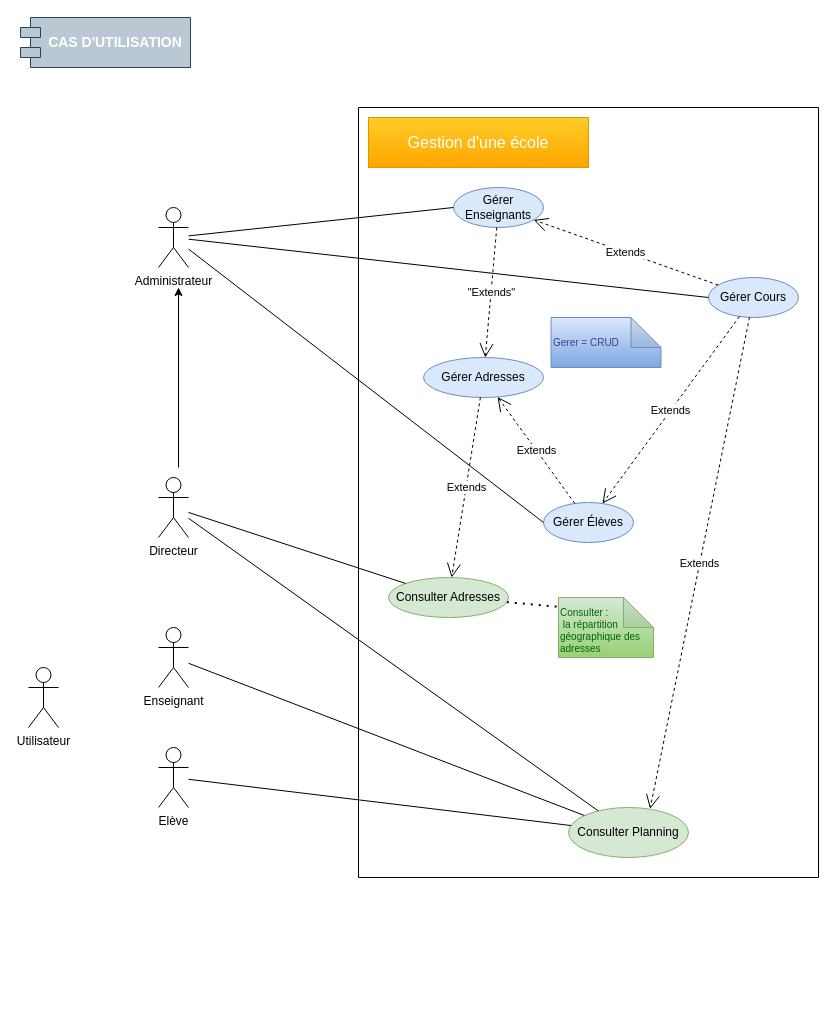
Before: doc/Cas_dUtilisation.drawio in MelissaHOA/EXO_Gestion_Ecole, a draw.io diagram. Source tidied: cells renumbered, new cells numbered last; positions are measured from the earlier drawing's top-left corner, leaving out a move shared by most shapes. Both pictures are drawn from the tidied source at 100%, with x=0, y=0 at pixel (20, 17).
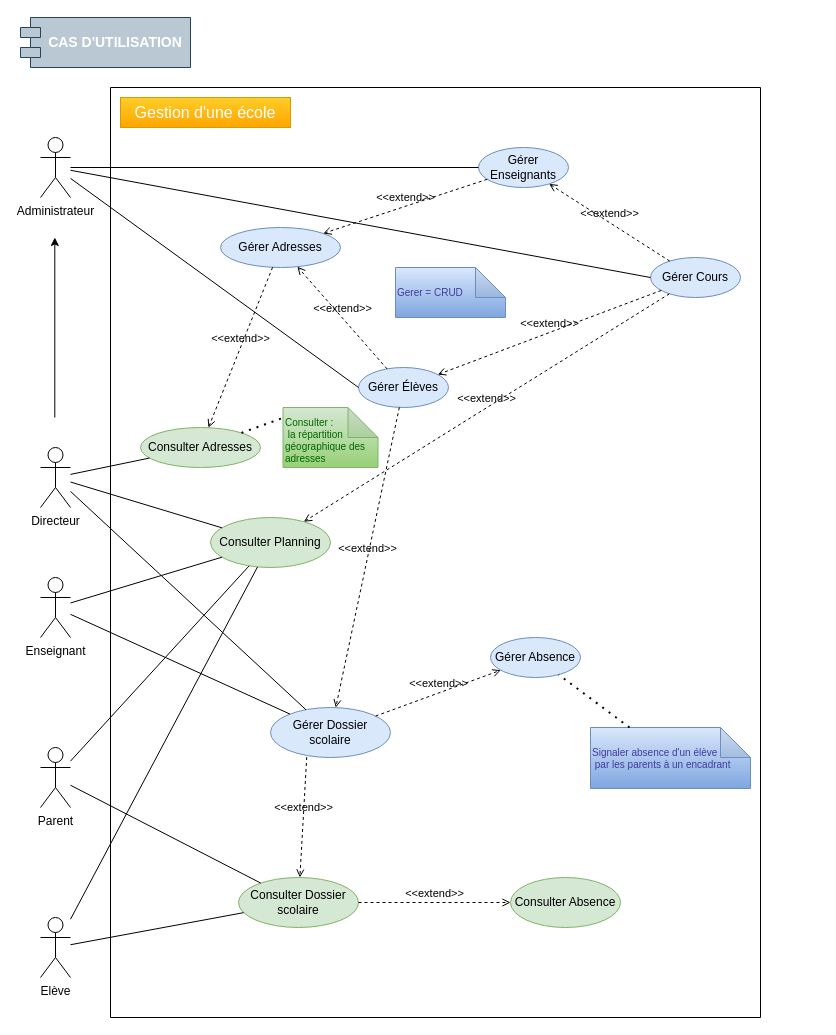
The same diagram, later.

Commit message:
Mettre à jour Cas_dUtilisation.drawio

Change to the diagram source:
```diff
@@
     <mxCell id="2" value="Administrateur" style="shape=umlActor;verticalLabelPosition=bottom;verticalAlign=top;html=1;" parent="1" vertex="1">
-      <mxGeometry x="138" y="190" width="30" height="60" as="geometry" />
+      <mxGeometry x="20" y="120" width="30" height="60" as="geometry" />
     </mxCell>
@@
     <mxCell id="4" style="swimlane;startSize=0;fontSize=13;" parent="1" vertex="1">
-      <mxGeometry x="338" y="90" width="460" height="770" as="geometry" />
+      <mxGeometry x="90" y="70" width="650" height="930" as="geometry" />
     </mxCell>
     <mxCell id="5" value="&lt;font style=&quot;font-size: 16px;&quot;&gt;Gestion d'une école&lt;/font&gt;" style="html=1;whiteSpace=wrap;fontSize=16;fillColor=#ffcd28;gradientColor=#ffa500;strokeColor=#d79b00;fontColor=#ffffff;" parent="4" vertex="1">
-      <mxGeometry x="10" y="10" width="220" height="50" as="geometry" />
+      <mxGeometry x="10" y="10" width="170" height="30" as="geometry" />
     </mxCell>
     <mxCell id="6" value="Gérer Élèves" style="ellipse;whiteSpace=wrap;html=1;fillColor=#dae8fc;strokeColor=#6c8ebf;" parent="4" vertex="1">
-      <mxGeometry x="185" y="395" width="90" height="40" as="geometry" />
+      <mxGeometry x="248" y="280" width="90" height="40" as="geometry" />
     </mxCell>
     <mxCell id="7" value="Gérer Enseignants" style="ellipse;whiteSpace=wrap;html=1;fillColor=#dae8fc;strokeColor=#6c8ebf;" parent="4" vertex="1">
-      <mxGeometry x="95" y="80" width="90" height="40" as="geometry" />
+      <mxGeometry x="368" y="60" width="90" height="40" as="geometry" />
     </mxCell>
     <mxCell id="8" value="Gérer Cours" style="ellipse;whiteSpace=wrap;html=1;fillColor=#dae8fc;strokeColor=#6c8ebf;" parent="4" vertex="1">
-      <mxGeometry x="350" y="170" width="90" height="40" as="geometry" />
+      <mxGeometry x="540" y="170" width="90" height="40" as="geometry" />
     </mxCell>
-    <mxCell id="9" value="Extends" style="endArrow=open;endSize=12;dashed=1;html=1;rounded=0;" parent="4" edge="1" source="8" target="7">
-      <mxGeometry relative="1" as="geometry" />
-    </mxCell>
-    <mxCell id="10" value="Extends" style="endArrow=open;endSize=12;dashed=1;html=1;rounded=0;" parent="4" edge="1" source="8" target="6">
-      <mxGeometry relative="1" as="geometry" />
-    </mxCell>
     <mxCell id="11" value="Consulter Planning" style="ellipse;whiteSpace=wrap;html=1;fillColor=#d5e8d4;strokeColor=#82b366;" parent="4" vertex="1">
-      <mxGeometry x="210" y="700" width="120" height="50" as="geometry" />
+      <mxGeometry x="100" y="430" width="120" height="50" as="geometry" />
     </mxCell>
-    <mxCell id="12" value="Extends" style="endArrow=open;endSize=12;dashed=1;html=1;rounded=0;entryX=0.68;entryY=0.028;entryDx=0;entryDy=0;entryPerimeter=0;" parent="4" edge="1" source="8" target="11">
-      <mxGeometry relative="1" as="geometry" />
-    </mxCell>
     <mxCell id="13" value="Gérer Adresses" style="ellipse;whiteSpace=wrap;html=1;fillColor=#dae8fc;strokeColor=#6c8ebf;" parent="4" vertex="1">
-      <mxGeometry x="65" y="250" width="120" height="40" as="geometry" />
+      <mxGeometry x="110" y="140" width="120" height="40" as="geometry" />
     </mxCell>
-    <mxCell id="14" value="Extends" style="endArrow=open;endSize=12;dashed=1;html=1;rounded=0;" parent="4" edge="1" source="6" target="13">
-      <mxGeometry relative="1" as="geometry" />
-    </mxCell>
-    <mxCell id="15" value="&quot;Extends&quot;" style="endArrow=open;endSize=12;dashed=1;html=1;rounded=0;" parent="4" edge="1" source="7" target="13">
-      <mxGeometry relative="1" as="geometry" />
-    </mxCell>
     <mxCell id="16" value="Consulter Adresses" style="ellipse;whiteSpace=wrap;html=1;fillColor=#d5e8d4;strokeColor=#82b366;" parent="4" vertex="1">
-      <mxGeometry x="30" y="470" width="120" height="40" as="geometry" />
+      <mxGeometry x="30" y="340" width="120" height="40" as="geometry" />
     </mxCell>
-    <mxCell id="17" value="Extends" style="endArrow=open;endSize=12;dashed=1;html=1;rounded=0;" parent="4" edge="1" source="13" target="16">
-      <mxGeometry relative="1" as="geometry" />
-    </mxCell>
     <mxCell id="18" value="Consulter :&lt;br&gt;&amp;nbsp;la répartition géographique des adresses" style="shape=note;whiteSpace=wrap;html=1;backgroundOutline=1;darkOpacity=0.05;fillColor=#d5e8d4;strokeColor=#82b366;fontSize=10;align=left;verticalAlign=bottom;gradientColor=#97d077;fontColor=#006600;" parent="4" vertex="1">
-      <mxGeometry x="200" y="490" width="95" height="60" as="geometry" />
+      <mxGeometry x="172.5" y="320" width="95" height="60" as="geometry" />
     </mxCell>
@@
     <mxCell id="20" value="Gerer = CRUD" style="shape=note;whiteSpace=wrap;html=1;backgroundOutline=1;darkOpacity=0.05;fillColor=#dae8fc;strokeColor=#6c8ebf;fontSize=10;align=left;verticalAlign=middle;gradientColor=#7ea6e0;fontColor=#403a9c;" parent="4" vertex="1">
-      <mxGeometry x="192.5" y="210" width="110" height="50" as="geometry" />
+      <mxGeometry x="285" y="180" width="110" height="50" as="geometry" />
     </mxCell>
+    <mxCell id="33" value="Consulter Dossier scolaire" style="ellipse;whiteSpace=wrap;html=1;fillColor=#d5e8d4;strokeColor=#82b366;" parent="4" vertex="1">
+      <mxGeometry x="128" y="790" width="120" height="50" as="geometry" />
+    </mxCell>
+    <mxCell id="34" value="Gérer Dossier scolaire" style="ellipse;whiteSpace=wrap;html=1;fillColor=#dae8fc;strokeColor=#6c8ebf;" parent="4" vertex="1">
+      <mxGeometry x="160" y="620" width="120" height="50" as="geometry" />
+    </mxCell>
+    <mxCell id="35" value="&amp;lt;&amp;lt;extend&amp;gt;&amp;gt;" style="html=1;verticalAlign=bottom;labelBackgroundColor=none;endArrow=open;endFill=0;dashed=1;rounded=0;exitX=0.302;exitY=0.991;exitDx=0;exitDy=0;exitPerimeter=0;" parent="4" edge="1" source="34" target="33">
+      <mxGeometry relative="1" as="geometry" />
+    </mxCell>
+    <mxCell id="36" value="&amp;lt;&amp;lt;extend&amp;gt;&amp;gt;" style="html=1;verticalAlign=bottom;labelBackgroundColor=none;endArrow=open;endFill=0;dashed=1;rounded=0;" parent="4" edge="1" source="6" target="34">
+      <mxGeometry relative="1" as="geometry" />
+    </mxCell>
+    <mxCell id="15" value="&amp;lt;&amp;lt;extend&amp;gt;&amp;gt;" style="html=1;verticalAlign=bottom;labelBackgroundColor=none;endArrow=open;endFill=0;dashed=1;rounded=0;" parent="4" edge="1" source="7" target="13">
+      <mxGeometry relative="1" as="geometry" />
+    </mxCell>
+    <mxCell id="9" value="&amp;lt;&amp;lt;extend&amp;gt;&amp;gt;" style="html=1;verticalAlign=bottom;labelBackgroundColor=none;endArrow=open;endFill=0;dashed=1;rounded=0;" parent="4" edge="1" source="8" target="7">
+      <mxGeometry relative="1" as="geometry" />
+    </mxCell>
+    <mxCell id="10" value="&amp;lt;&amp;lt;extend&amp;gt;&amp;gt;" style="html=1;verticalAlign=bottom;labelBackgroundColor=none;endArrow=open;endFill=0;dashed=1;rounded=0;" parent="4" edge="1" source="8" target="6">
+      <mxGeometry relative="1" as="geometry" />
+    </mxCell>
+    <mxCell id="14" value="&amp;lt;&amp;lt;extend&amp;gt;&amp;gt;" style="html=1;verticalAlign=bottom;labelBackgroundColor=none;endArrow=open;endFill=0;dashed=1;rounded=0;" parent="4" edge="1" source="6" target="13">
+      <mxGeometry relative="1" as="geometry" />
+    </mxCell>
+    <mxCell id="17" value="&amp;lt;&amp;lt;extend&amp;gt;&amp;gt;" style="html=1;verticalAlign=bottom;labelBackgroundColor=none;endArrow=open;endFill=0;dashed=1;rounded=0;" parent="4" edge="1" source="13" target="16">
+      <mxGeometry relative="1" as="geometry" />
+    </mxCell>
+    <mxCell id="12" value="&amp;lt;&amp;lt;extend&amp;gt;&amp;gt;" style="html=1;verticalAlign=bottom;labelBackgroundColor=none;endArrow=open;endFill=0;dashed=1;rounded=0;" parent="4" edge="1" source="8" target="11">
+      <mxGeometry relative="1" as="geometry" />
+    </mxCell>
+    <mxCell id="37" value="Gérer Absence" style="ellipse;whiteSpace=wrap;html=1;fillColor=#dae8fc;strokeColor=#6c8ebf;" parent="4" vertex="1">
+      <mxGeometry x="380" y="550" width="90" height="40" as="geometry" />
+    </mxCell>
+    <mxCell id="38" value="Consulter Absence" style="ellipse;whiteSpace=wrap;html=1;fillColor=#d5e8d4;strokeColor=#82b366;" parent="4" vertex="1">
+      <mxGeometry x="400" y="790" width="110" height="50" as="geometry" />
+    </mxCell>
+    <mxCell id="39" value="Signaler absence d'un élève&lt;br&gt;&amp;nbsp;par les parents à un encadrant" style="shape=note;whiteSpace=wrap;html=1;backgroundOutline=1;darkOpacity=0.05;fillColor=#dae8fc;strokeColor=#6c8ebf;fontSize=10;align=left;verticalAlign=middle;gradientColor=#7ea6e0;fontColor=#403a9c;" parent="4" vertex="1">
+      <mxGeometry x="480" y="640" width="160" height="61" as="geometry" />
+    </mxCell>
+    <mxCell id="40" style="endArrow=none;dashed=1;html=1;dashPattern=1 3;strokeWidth=2;rounded=0;" parent="4" edge="1" source="39" target="37">
+      <mxGeometry relative="1" as="geometry" />
+    </mxCell>
+    <mxCell id="41" value="&amp;lt;&amp;lt;extend&amp;gt;&amp;gt;" style="html=1;verticalAlign=bottom;labelBackgroundColor=none;endArrow=open;endFill=0;dashed=1;rounded=0;" parent="4" edge="1" source="34" target="37">
+      <mxGeometry relative="1" as="geometry" />
+    </mxCell>
+    <mxCell id="42" value="&amp;lt;&amp;lt;extend&amp;gt;&amp;gt;" style="html=1;verticalAlign=bottom;labelBackgroundColor=none;endArrow=open;endFill=0;dashed=1;rounded=0;" parent="4" edge="1" source="33" target="38">
+      <mxGeometry relative="1" as="geometry" />
+    </mxCell>
@@
     <mxCell id="24" value="Elève" style="shape=umlActor;verticalLabelPosition=bottom;verticalAlign=top;html=1;" parent="1" vertex="1">
-      <mxGeometry x="138" y="730" width="30" height="60" as="geometry" />
+      <mxGeometry x="20" y="900" width="30" height="60" as="geometry" />
     </mxCell>
     <mxCell id="25" value="Enseignant" style="shape=umlActor;verticalLabelPosition=bottom;verticalAlign=top;html=1;" parent="1" vertex="1">
-      <mxGeometry x="138" y="610" width="30" height="60" as="geometry" />
+      <mxGeometry x="20" y="560" width="30" height="60" as="geometry" />
     </mxCell>
@@
     <mxCell id="28" style="edgeStyle=none;rounded=0;orthogonalLoop=1;jettySize=auto;html=1;" parent="1" edge="1">
       <mxGeometry relative="1" as="geometry">
-        <mxPoint x="158" y="450" as="sourcePoint" />
-        <mxPoint x="158" y="270" as="targetPoint" />
+        <mxPoint x="34.3" y="400" as="sourcePoint" />
+        <mxPoint x="34.3" y="220" as="targetPoint" />
       </mxGeometry>
     </mxCell>
     <mxCell id="29" value="Directeur" style="shape=umlActor;verticalLabelPosition=bottom;verticalAlign=top;html=1;" parent="1" vertex="1">
-      <mxGeometry x="138" y="460" width="30" height="60" as="geometry" />
+      <mxGeometry x="20" y="430" width="30" height="60" as="geometry" />
     </mxCell>
@@
-    <mxCell id="32" value="Utilisateur" style="shape=umlActor;verticalLabelPosition=bottom;verticalAlign=top;html=1;" parent="1" vertex="1">
-      <mxGeometry x="8" y="650" width="30" height="60" as="geometry" />
-    </mxCell>
+    <mxCell id="43" value="Parent" style="shape=umlActor;verticalLabelPosition=bottom;verticalAlign=top;html=1;" parent="1" vertex="1">
+      <mxGeometry x="20" y="730" width="30" height="60" as="geometry" />
+    </mxCell>
+    <mxCell id="44" style="endArrow=none;html=1;rounded=0;" parent="1" edge="1" source="24" target="33">
+      <mxGeometry relative="1" as="geometry" />
+    </mxCell>
+    <mxCell id="45" style="endArrow=none;html=1;rounded=0;" parent="1" edge="1" source="43" target="33">
+      <mxGeometry relative="1" as="geometry" />
+    </mxCell>
+    <mxCell id="46" style="endArrow=none;html=1;rounded=0;" parent="1" edge="1" source="25" target="34">
+      <mxGeometry relative="1" as="geometry" />
+    </mxCell>
+    <mxCell id="47" style="endArrow=none;html=1;rounded=0;" parent="1" edge="1" source="29" target="34">
+      <mxGeometry relative="1" as="geometry" />
+    </mxCell>
+    <mxCell id="48" style="endArrow=none;html=1;rounded=0;" parent="1" edge="1" source="43" target="11">
+      <mxGeometry relative="1" as="geometry" />
+    </mxCell>
```
